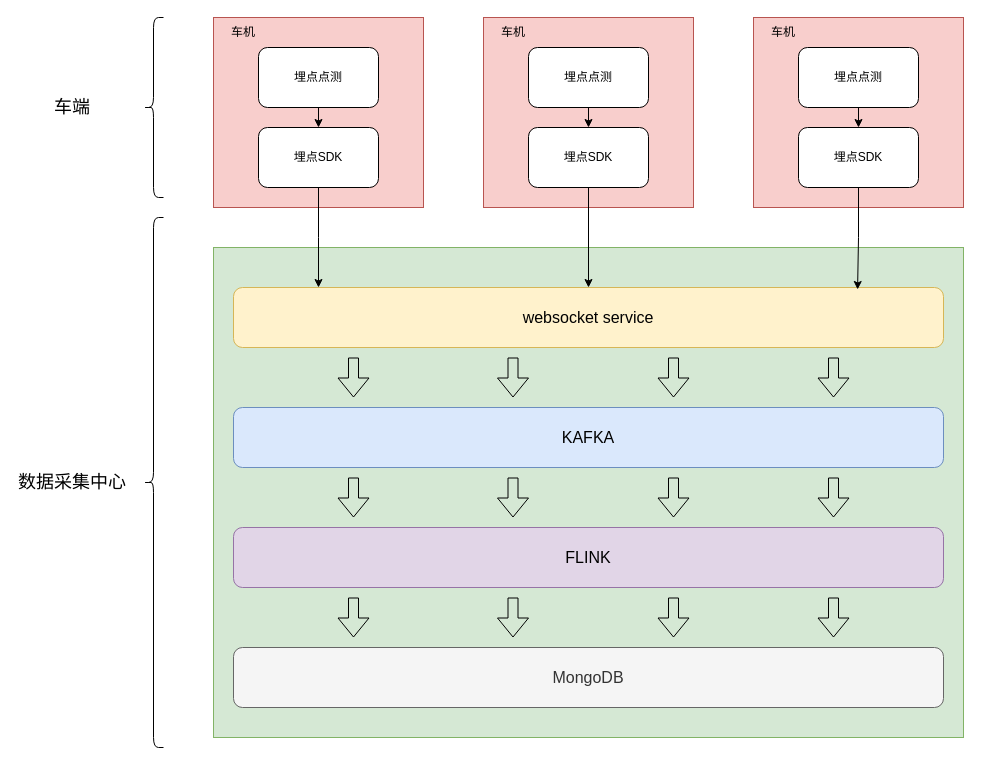
This is 新版测试架构图.drawio from shaozc3g/draw_io, a draw.io file, before an edit. Source tidied: cells renumbered, new cells numbered last; positions are measured from the earlier drawing's top-left corner, leaving out a move shared by most shapes. Both pictures are drawn from the tidied source at 100%, with x=0, y=0 at pixel (17, 17).
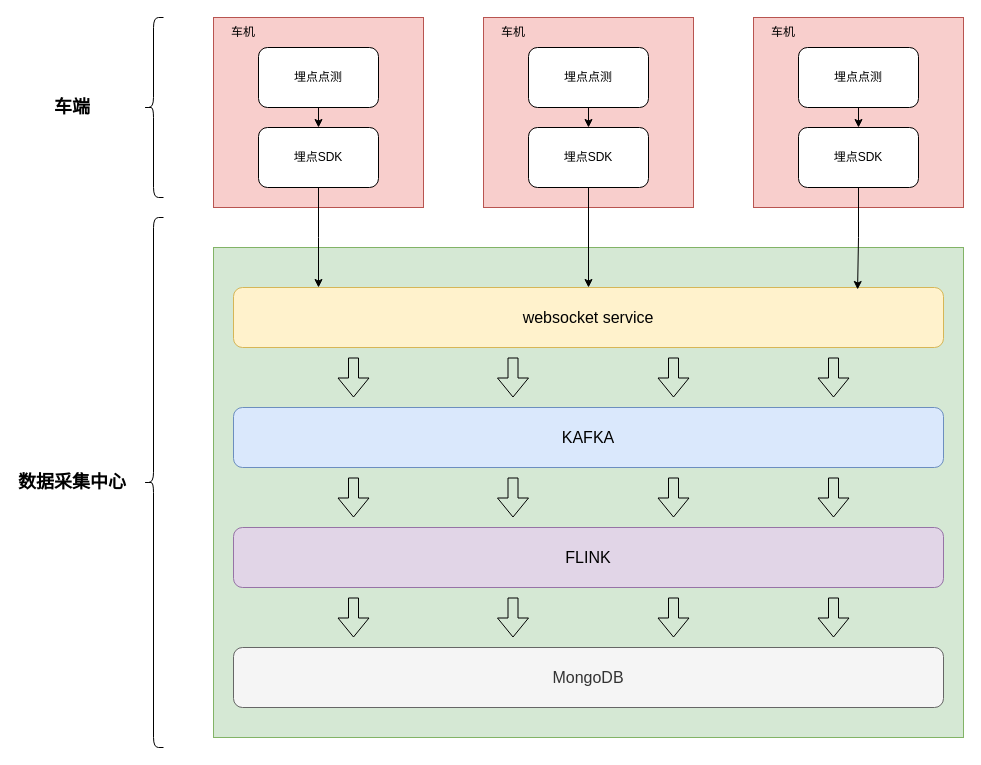
The same page after the edit.

Commit message (it also covers changes not shown here):
更新新版测试架构图.drawio

What changed in the source:
```diff
@@
-    <mxCell id="38" value="数据采集中心" style="text;html=1;align=center;verticalAlign=middle;whiteSpace=wrap;rounded=0;fontSize=18;" parent="1" vertex="1">
+    <mxCell id="38" value="数据采集中心" style="text;html=1;align=center;verticalAlign=middle;whiteSpace=wrap;rounded=0;fontSize=18;fontStyle=1;" parent="1" vertex="1">
       <mxGeometry y="445" width="110" height="40" as="geometry" />
     </mxCell>
@@
-    <mxCell id="40" value="车端" style="text;html=1;align=center;verticalAlign=middle;whiteSpace=wrap;rounded=0;fontSize=18;" parent="1" vertex="1">
+    <mxCell id="40" value="车端" style="text;html=1;align=center;verticalAlign=middle;whiteSpace=wrap;rounded=0;fontSize=18;fontStyle=1;" parent="1" vertex="1">
       <mxGeometry x="25" y="75" width="60" height="30" as="geometry" />
     </mxCell>
```
